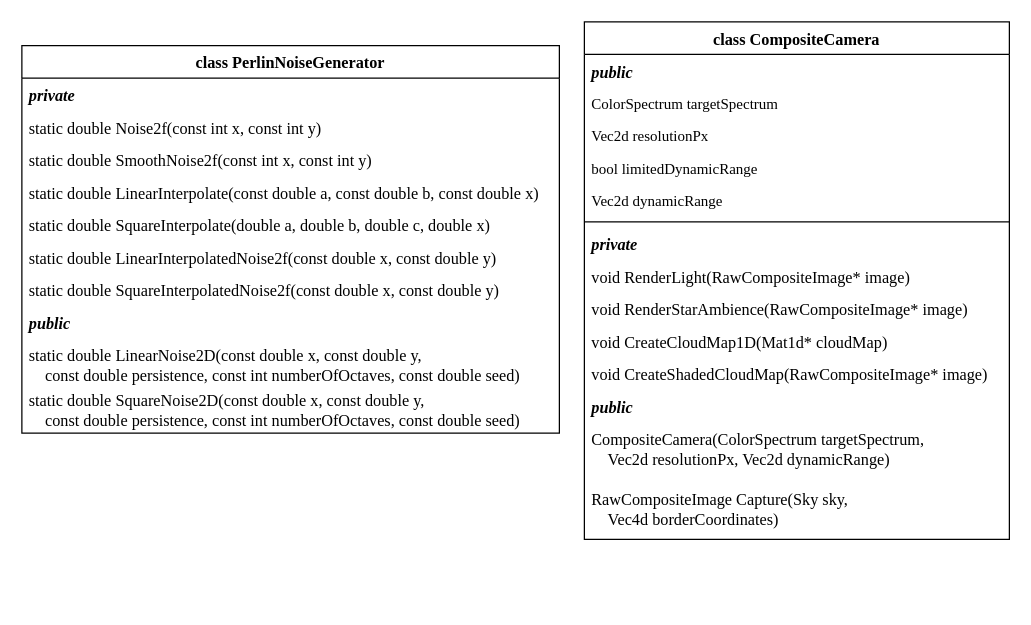
Before: page "CompositeCamera" (4 of 8) of Docs/Class diagrams.drawio in SpatiumOwl/ComplexSky-2.0, a draw.io diagram. Source tidied: cells renumbered, new cells numbered last; positions are measured from the earlier drawing's top-left corner, leaving out a move shared by most shapes. Both pictures are drawn from the tidied source at 125%, with x=0, y=0 at pixel (21, 21).
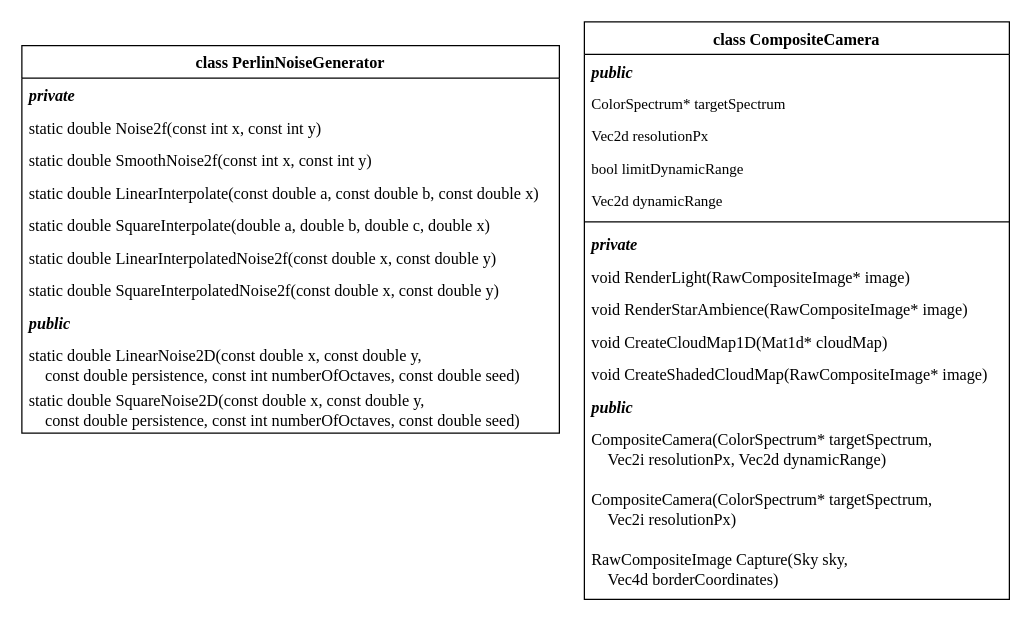
After the change.

Commit message (it also covers changes not shown here):
Added definition for CompositeCamera. Added ToDo list

Diff of the diagram source:
```diff
@@
     <mxCell id="2" value="class CompositeCamera" style="swimlane;fontStyle=1;align=center;verticalAlign=top;horizontal=1;startSize=26;fontFamily=Times New Roman;fontSize=13;" parent="1" vertex="1">
-      <mxGeometry x="450" width="340" height="414" as="geometry" />
+      <mxGeometry x="450" width="340" height="462" as="geometry" />
     </mxCell>
@@
-    <mxCell id="4" value="&lt;font face=&quot;Times New Roman&quot;&gt;ColorSpectrum targetSpectrum&lt;/font&gt;" style="text;strokeColor=none;fillColor=none;align=left;verticalAlign=top;spacingLeft=4;spacingRight=4;overflow=hidden;whiteSpace=wrap;html=1;" parent="2" vertex="1">
+    <mxCell id="4" value="&lt;font face=&quot;Times New Roman&quot;&gt;ColorSpectrum* targetSpectrum&lt;/font&gt;" style="text;strokeColor=none;fillColor=none;align=left;verticalAlign=top;spacingLeft=4;spacingRight=4;overflow=hidden;whiteSpace=wrap;html=1;" parent="2" vertex="1">
       <mxGeometry y="52" width="340" height="26" as="geometry" />
     </mxCell>
@@
-    <mxCell id="6" value="bool limitedDynamicRange" style="text;strokeColor=none;fillColor=none;align=left;verticalAlign=top;spacingLeft=4;spacingRight=4;overflow=hidden;whiteSpace=wrap;html=1;fontFamily=Times New Roman;" parent="2" vertex="1">
+    <mxCell id="6" value="bool limitDynamicRange" style="text;strokeColor=none;fillColor=none;align=left;verticalAlign=top;spacingLeft=4;spacingRight=4;overflow=hidden;whiteSpace=wrap;html=1;fontFamily=Times New Roman;" parent="2" vertex="1">
       <mxGeometry y="104" width="340" height="26" as="geometry" />
     </mxCell>
@@
-    <mxCell id="15" value="CompositeCamera(ColorSpectrum targetSpectrum, &#10;    Vec2d resolutionPx, Vec2d dynamicRange)" style="text;strokeColor=none;fillColor=none;align=left;verticalAlign=top;spacingLeft=4;spacingRight=4;overflow=hidden;fontFamily=Times New Roman;fontSize=13;" parent="2" vertex="1">
+    <mxCell id="15" value="CompositeCamera(ColorSpectrum* targetSpectrum, &#10;    Vec2i resolutionPx, Vec2d dynamicRange)" style="text;strokeColor=none;fillColor=none;align=left;verticalAlign=top;spacingLeft=4;spacingRight=4;overflow=hidden;fontFamily=Times New Roman;fontSize=13;" parent="2" vertex="1">
       <mxGeometry y="320" width="340" height="48" as="geometry" />
     </mxCell>
+    <mxCell id="28" value="CompositeCamera(ColorSpectrum* targetSpectrum, &#10;    Vec2i resolutionPx)" style="text;strokeColor=none;fillColor=none;align=left;verticalAlign=top;spacingLeft=4;spacingRight=4;overflow=hidden;fontFamily=Times New Roman;fontSize=13;" parent="2" vertex="1">
+      <mxGeometry y="368" width="340" height="48" as="geometry" />
+    </mxCell>
     <mxCell id="16" value="RawCompositeImage Capture(Sky sky, &#10;    Vec4d borderCoordinates)" style="text;strokeColor=none;fillColor=none;align=left;verticalAlign=top;spacingLeft=4;spacingRight=4;overflow=hidden;fontFamily=Times New Roman;fontSize=13;" parent="2" vertex="1">
-      <mxGeometry y="368" width="340" height="46" as="geometry" />
+      <mxGeometry y="416" width="340" height="46" as="geometry" />
     </mxCell>
```
